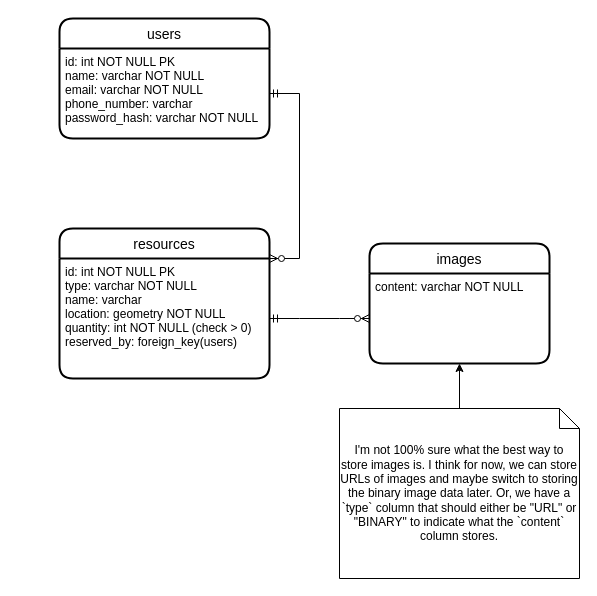
Above: LumosER.drawio in LumosCapstone/backend (draw.io), before the change. Source tidied: cells renumbered, new cells numbered last; positions are measured from the earlier drawing's top-left corner, leaving out a move shared by most shapes. Both pictures are drawn from the tidied source at 100%, with x=0, y=0 at pixel (59, 18).
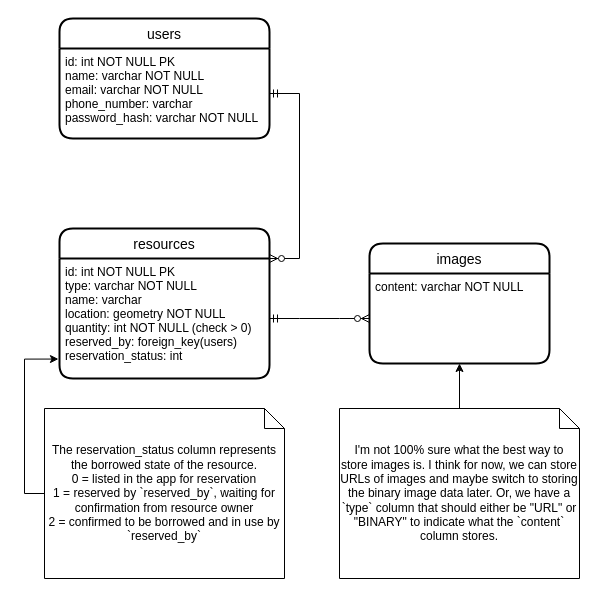
After the change.

Commit message (it also covers changes not shown here):
add additional api return message and resource status constants, add new reservation_status column via new migration, init (untested) impl of stub endpoints

Change to the diagram source:
```diff
@@
 <mxGraphModel>
   <root>
     <mxCell id="0" />
     <mxCell id="1" parent="0" />
     <mxCell id="2" value="users" style="swimlane;horizontal=1;startSize=30;rounded=1;fontSize=14;fontStyle=0;strokeWidth=2;shadow=0;dashed=0;align=center;" parent="1" vertex="1">
       <mxGeometry width="210" height="120" as="geometry" />
     </mxCell>
     <mxCell id="3" value="id: int NOT NULL PK&#10;name: varchar NOT NULL&#10;email: varchar NOT NULL&#10;phone_number: varchar&#10;password_hash: varchar NOT NULL&#10;" style="align=left;strokeColor=none;fillColor=none;spacingLeft=4;fontSize=12;verticalAlign=top;" parent="2" vertex="1">
       <mxGeometry y="30" width="210" height="90" as="geometry" />
     </mxCell>
     <mxCell id="4" value="resources" style="swimlane;horizontal=1;startSize=30;rounded=1;fontSize=14;fontStyle=0;strokeWidth=2;shadow=0;dashed=0;align=center;" parent="1" vertex="1">
       <mxGeometry y="210" width="210" height="150" as="geometry" />
     </mxCell>
-    <mxCell id="5" value="id: int NOT NULL PK&#10;type: varchar NOT NULL&#10;name: varchar&#10;location: geometry NOT NULL&#10;quantity: int NOT NULL (check &gt; 0)&#10;reserved_by: foreign_key(users)&#10;&#10;" style="align=left;strokeColor=none;fillColor=none;spacingLeft=4;fontSize=12;verticalAlign=top;" parent="4" vertex="1">
+    <mxCell id="5" value="id: int NOT NULL PK&#10;type: varchar NOT NULL&#10;name: varchar&#10;location: geometry NOT NULL&#10;quantity: int NOT NULL (check &gt; 0)&#10;reserved_by: foreign_key(users)&#10;reservation_status: int&#10;" style="align=left;strokeColor=none;fillColor=none;spacingLeft=4;fontSize=12;verticalAlign=top;" parent="4" vertex="1">
       <mxGeometry y="30" width="210" height="120" as="geometry" />
     </mxCell>
     <mxCell id="6" value="images" style="swimlane;horizontal=1;startSize=30;rounded=1;fontSize=14;fontStyle=0;strokeWidth=2;shadow=0;dashed=0;align=center;" parent="1" vertex="1">
       <mxGeometry x="310" y="225" width="180" height="120" as="geometry" />
     </mxCell>
     <mxCell id="7" value="content: varchar NOT NULL&#10;" style="align=left;strokeColor=none;fillColor=none;spacingLeft=4;fontSize=12;verticalAlign=top;" parent="6" vertex="1">
       <mxGeometry y="30" width="180" height="90" as="geometry" />
     </mxCell>
     <mxCell id="8" style="edgeStyle=orthogonalEdgeStyle;rounded=0;jettySize=auto;html=1;" parent="1" edge="1" source="9" target="7">
       <mxGeometry relative="1" as="geometry" />
     </mxCell>
     <mxCell id="9" value="I'm not 100% sure what the best way to store images is. I think for now, we can store URLs of images and maybe switch to storing the binary image data later. Or, we have a `type` column that should either be &quot;URL&quot; or &quot;BINARY&quot; to indicate what the `content` column stores." style="shape=note;size=20;whiteSpace=wrap;html=1;" parent="1" vertex="1">
       <mxGeometry x="280" y="390" width="240" height="170" as="geometry" />
     </mxCell>
     <mxCell id="10" style="edgeStyle=entityRelationEdgeStyle;fontSize=12;html=1;endArrow=ERzeroToMany;startArrow=ERmandOne;rounded=0;exitX=1;exitY=0.5;exitDx=0;exitDy=0;entryX=0;entryY=0.5;entryDx=0;entryDy=0;" parent="1" edge="1" source="5" target="7">
       <mxGeometry relative="1" as="geometry" />
     </mxCell>
     <mxCell id="11" style="edgeStyle=entityRelationEdgeStyle;fontSize=12;html=1;endArrow=ERzeroToMany;startArrow=ERmandOne;rounded=0;exitX=1;exitY=0.5;exitDx=0;exitDy=0;entryX=1;entryY=0;entryDx=0;entryDy=0;" parent="1" edge="1" source="3" target="5">
       <mxGeometry relative="1" as="geometry" />
     </mxCell>
+    <mxCell id="12" value="The reservation_status column represents the borrowed state of the resource.&lt;br&gt;0 = listed in the app for reservation&lt;br&gt;1 = reserved by `reserved_by`, waiting for confirmation from resource owner&lt;br&gt;2 = confirmed to be borrowed and in use by `reserved_by`" style="shape=note;size=20;whiteSpace=wrap;html=1;" parent="1" vertex="1">
+      <mxGeometry x="-15" y="390" width="240" height="170" as="geometry" />
+    </mxCell>
+    <mxCell id="13" style="edgeStyle=orthogonalEdgeStyle;rounded=0;jettySize=auto;html=1;exitX=0;exitY=0.5;exitDx=0;exitDy=0;exitPerimeter=0;entryX=-0.005;entryY=0.838;entryDx=0;entryDy=0;entryPerimeter=0;" parent="1" edge="1" source="12" target="5">
+      <mxGeometry relative="1" as="geometry" />
+    </mxCell>
   </root>
 </mxGraphModel>
```
